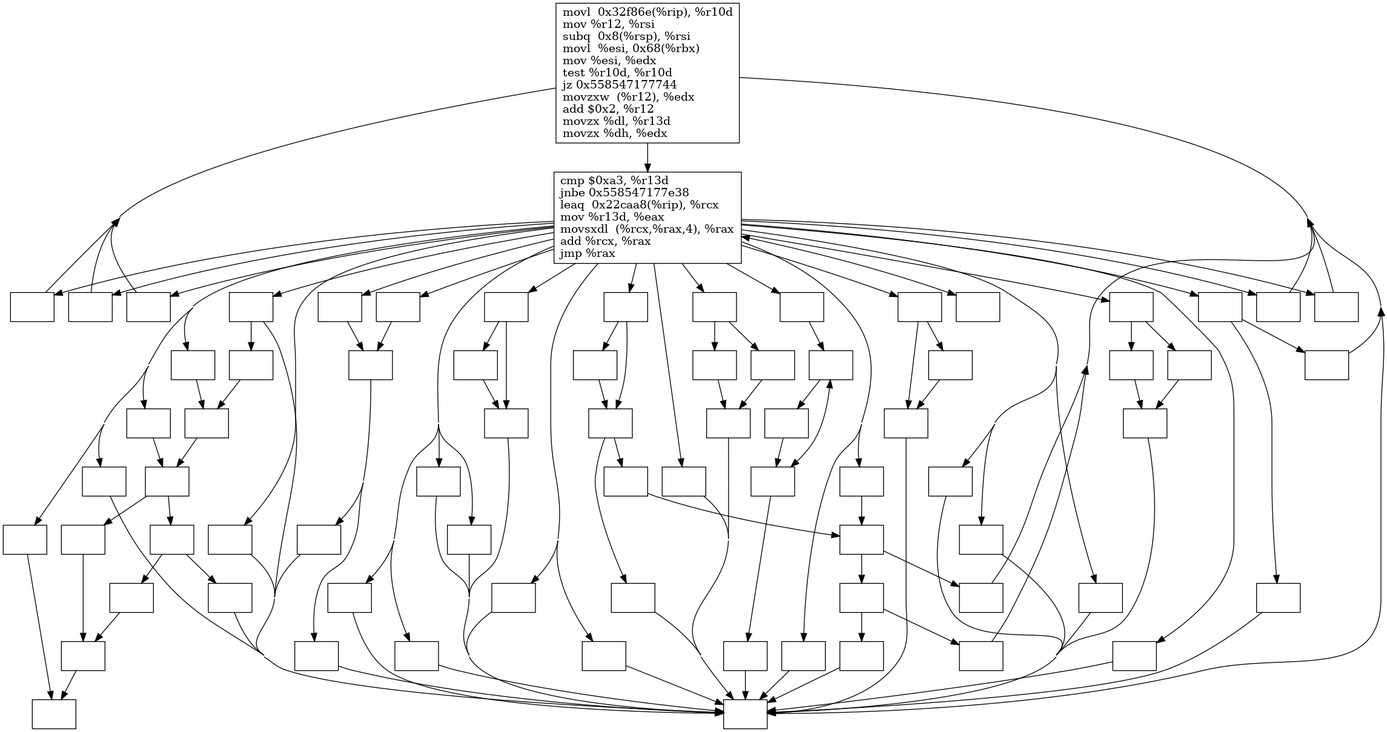
MathisBD/ReversePy keeps this Graphviz diagram as article/img/ConcreteVMOriginal.png. Above is the earlier version. Its source is kept beside it as article/img/ConcreteVMOriginal.dot. Its diagram source:
```dot
digraph {
	concentrate=true
	node[ shape=box ]
	140253279775408[ label="movl  0x32f86e(%rip), %r10d\lmov %r12, %rsi\lsubq  0x8(%rsp), %rsi\lmovl  %esi, 0x68(%rbx)\lmov %esi, %edx\ltest %r10d, %r10d\ljz 0x558547177744\lmovzxw  (%r12), %edx\ladd $0x2, %r12\lmovzx %dl, %r13d\lmovzx %dh, %edx\l" ]
	140253279775408 -> 140253279775328
	140253279775328[ label="cmp $0xa3, %r13d\ljnbe 0x558547177e38\lleaq  0x22caa8(%rip), %rcx\lmov %r13d, %eax\lmovsxdl  (%rcx,%rax,4), %rax\ladd %rcx, %rax\ljmp %rax\l" ]
	140253279775328 -> 140253279774448
	140253279775328 -> 140253279774208
	140253279775328 -> 140253279774128
	140253279775328 -> 140253279773728
	140253279775328 -> 140253279773648
	140253279775328 -> 140253279773488
	140253279775328 -> 140253279773328
	140253279775328 -> 140253279773248
	140253279775328 -> 140253279772928
	140253279775328 -> 140253279772768
	140253279775328 -> 140253279772688
	140253279775328 -> 140253279780624
	140253279775328 -> 140253279780144
	140253279775328 -> 140253279780064
	140253279775328 -> 140253279779824
	140253279775328 -> 140253279779744
	140253279775328 -> 140253279779664
	140253279775328 -> 140253279779584
	140253279775328 -> 140253279779504
	140253279775328 -> 140253279779184
	140253279775328 -> 140253279779104
	140253279775328 -> 140253279779024
	140253279775328 -> 140253279778864
	140253279775328 -> 140253279778784
	140253279775328 -> 140253279778704
	140253279775328 -> 140253279778624
	140253279775328 -> 140253279778544
	140253279775328 -> 140253279778464
	140253279775328 -> 140253279778384
	140253279775328 -> 140253279778224
	140253279775328 -> 140253279778144
	140253279775328 -> 140253279778064
	140253279775328 -> 140253279777984
	140253279775328 -> 140253279777904
	140253279774448[ label="" ]
	140253279774448 -> 140253279774368
	140253279774448 -> 140253279777024
	140253279774368[ label="" ]
	140253279774368 -> 140253279774288
	140253279774288[ label="" ]
	140253279774288 -> 140253279775568
	140253279775568[ label="" ]
	140253279775568 -> 140253279775408
	140253279777024[ label="" ]
	140253279777024 -> 140253279774288
	140253279774208[ label="" ]
	140253279774208 -> 140253279775408
	140253279774128[ label="" ]
	140253279774128 -> 140253279773888
	140253279773888[ label="" ]
	140253279773888 -> 140253279773968
	140253279773888 -> 140253279773808
	140253279773968[ label="" ]
	140253279773968 -> 140253279773888
	140253279773968 -> 140253279777504
	140253279777504[ label="" ]
	140253279777504 -> 140253279775568
	140253279773808[ label="" ]
	140253279773808 -> 140253279773968
	140253279773728[ label="" ]
	140253279773728 -> 140253279775568
	140253279773648[ label="" ]
	140253279773648 -> 140253279773568
	140253279773648 -> 140253279777264
	140253279773568[ label="" ]
	140253279773568 -> 140253279775568
	140253279777264[ label="" ]
	140253279777264 -> 140253279773568
	140253279773488[ label="" ]
	140253279773488 -> 140253279775328
	140253279773328[ label="" ]
	140253279773328 -> 140253279775568
	140253279773248[ label="" ]
	140253279773248 -> 140253279775408
	140253279772928[ label="" ]
	140253279772928 -> 140253279775568
	140253279772768[ label="" ]
	140253279772768 -> 140253279775408
	140253279772688[ label="" ]
	140253279772688 -> 140253279780704
	140253279772688 -> 140253279777424
	140253279780704[ label="" ]
	140253279780704 -> 140253279775568
	140253279777424[ label="" ]
	140253279777424 -> 140253279775408
	140253279780624[ label="" ]
	140253279780624 -> 140253279780544
	140253279780544[ label="" ]
	140253279780544 -> 140253279780384
	140253279780544 -> 140253279776864
	140253279780384[ label="" ]
	140253279780384 -> 140253279780304
	140253279780384 -> 140253279784880
	140253279780304[ label="" ]
	140253279780304 -> 140253279775408
	140253279784880[ label="" ]
	140253279784880 -> 140253279775568
	140253279776864[ label="" ]
	140253279776864 -> 140253279775408
	140253279780144[ label="" ]
	140253279780144 -> 140253279775568
	140253279780064[ label="" ]
	140253279780064 -> 140253279779984
	140253279780064 -> 140253279777344
	140253279779984[ label="" ]
	140253279779984 -> 140253279779904
	140253279779904[ label="" ]
	140253279779904 -> 140253279775568
	140253279777344[ label="" ]
	140253279777344 -> 140253279779904
	140253279779824[ label="" ]
	140253279779824 -> 140253279775568
	140253279779744[ label="" ]
	140253279779744 -> 140253279775568
	140253279779664[ label="" ]
	140253279779664 -> 140253279777744
	140253279779664 -> 140253279777184
	140253279777744[ label="" ]
	140253279777744 -> 140253279777664
	140253279777744 -> 140253279776944
	140253279777664[ label="" ]
	140253279777664 -> 140253279775568
	140253279776944[ label="" ]
	140253279776944 -> 140253279780544
	140253279777184[ label="" ]
	140253279777184 -> 140253279777744
	140253279779584[ label="" ]
	140253279779584 -> 140253279775568
	140253279779504[ label="" ]
	140253279779504 -> 140253279779424
	140253279779424[ label="" ]
	140253279779424 -> 140253279773088
	140253279779424 -> 140253279779344
	140253279773088[ label="" ]
	140253279773088 -> 140253279775568
	140253279779344[ label="" ]
	140253279779344 -> 140253279775568
	140253279779184[ label="" ]
	140253279779184 -> 140253279775568
	140253279779104[ label="" ]
	140253279779104 -> 140253279775088
	140253279775088[ label="" ]
	140253279775088 -> 140253279774928
	140253279775088 -> 140253279777584
	140253279774928[ label="" ]
	140253279774928 -> 140253279774768
	140253279774928 -> 140253279774528
	140253279774768[ label="" ]
	140253279774768 -> 140253279775568
	140253279774528[ label="" ]
	140253279774528 -> 140253279774688
	140253279774688[ label="" ]
	140253279774688 -> 140253279774608
	140253279774608[ label="" ]
	140253279777584[ label="" ]
	140253279777584 -> 140253279774688
	140253279779024[ label="" ]
	140253279779024 -> 140253279774608
	140253279778864[ label="" ]
	140253279778864 -> 140253279775568
	140253279778784[ label="" ]
	140253279778784 -> 140253279775568
	140253279778704[ label="" ]
	140253279778704 -> 140253279775408
	140253279778624[ label="" ]
	140253279778624 -> 140253279775568
	140253279778544[ label="" ]
	140253279778544 -> 140253279777104
	140253279778544 -> 140253279776784
	140253279777104[ label="" ]
	140253279777104 -> 140253279775568
	140253279776784[ label="" ]
	140253279776784 -> 140253279777104
	140253279778464[ label="" ]
	140253279778464 -> 140253279775168
	140253279775168[ label="" ]
	140253279775168 -> 140253279775088
	140253279778384[ label="" ]
	140253279778384 -> 140253279775568
	140253279778224[ label="" ]
	140253279778224 -> 140253279779424
	140253279778144[ label="" ]
	140253279778144 -> 140253279775568
	140253279778064[ label="" ]
	140253279778064 -> 140253279775408
	140253279777984[ label="" ]
	140253279777984 -> 140253279775568
	140253279777904[ label="" ]
	140253279777904 -> 140253279775568
	140253279777904 -> 140253279777824
	140253279777824[ label="" ]
	140253279777824 -> 140253279775168
}
```
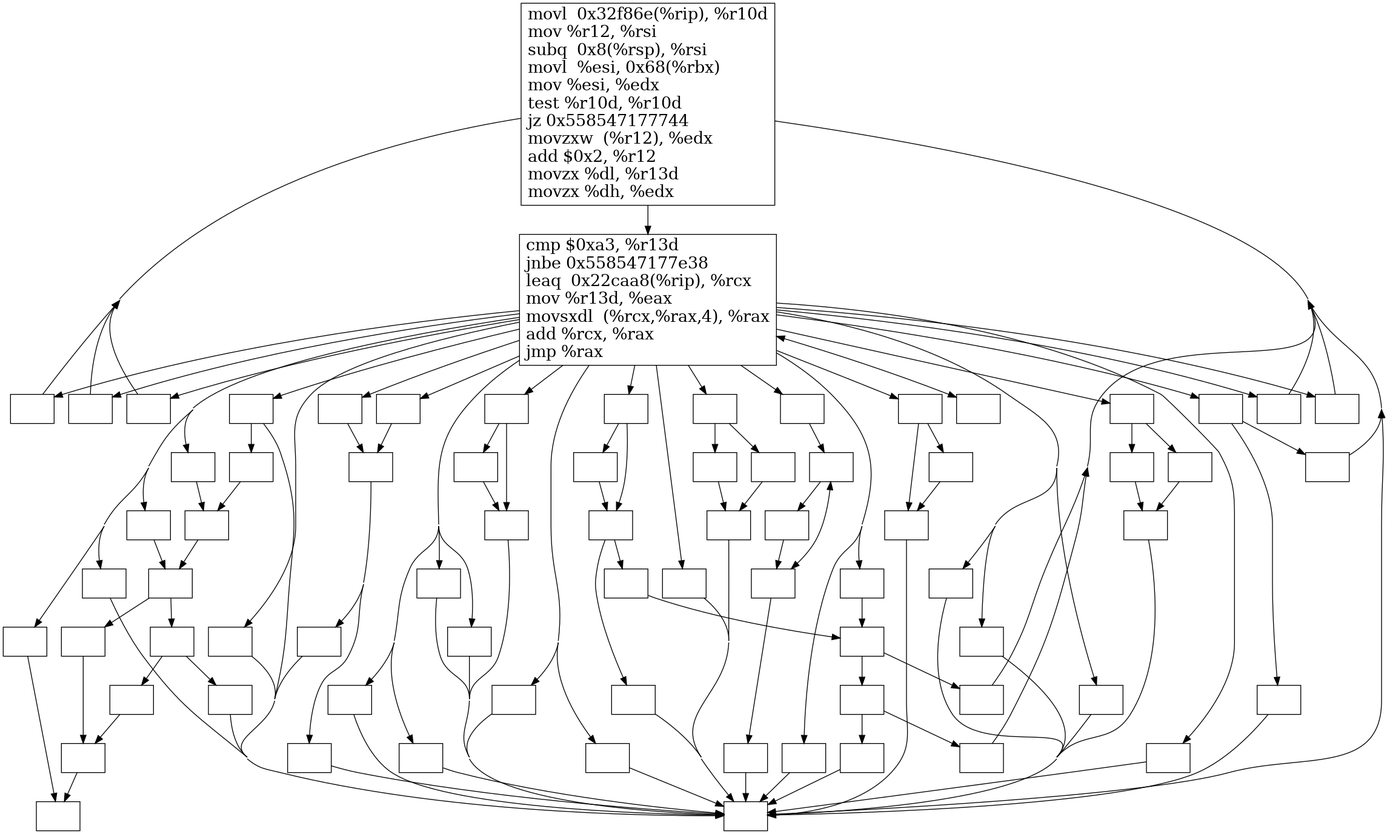
After the change.

Change to the diagram source:
```diff
@@ -1,6 +1,6 @@
 digraph {
 	concentrate=true
-	node[ shape=box ]
+	node[ shape=box, fontsize=20 ]
 	140253279775408[ label="movl  0x32f86e(%rip), %r10d\lmov %r12, %rsi\lsubq  0x8(%rsp), %rsi\lmovl  %esi, 0x68(%rbx)\lmov %esi, %edx\ltest %r10d, %r10d\ljz 0x558547177744\lmovzxw  (%r12), %edx\ladd $0x2, %r12\lmovzx %dl, %r13d\lmovzx %dh, %edx\l" ]
 	140253279775408 -> 140253279775328
 	140253279775328[ label="cmp $0xa3, %r13d\ljnbe 0x558547177e38\lleaq  0x22caa8(%rip), %rcx\lmov %r13d, %eax\lmovsxdl  (%rcx,%rax,4), %rax\ladd %rcx, %rax\ljmp %rax\l" ]
```
